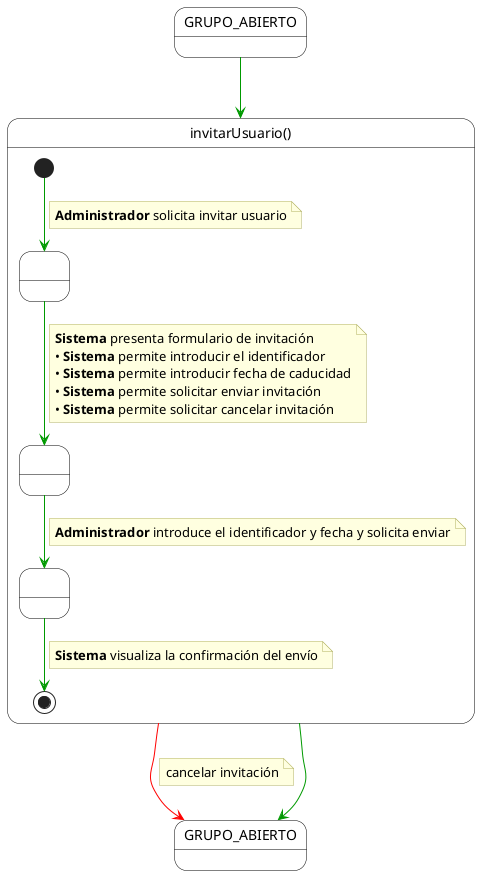
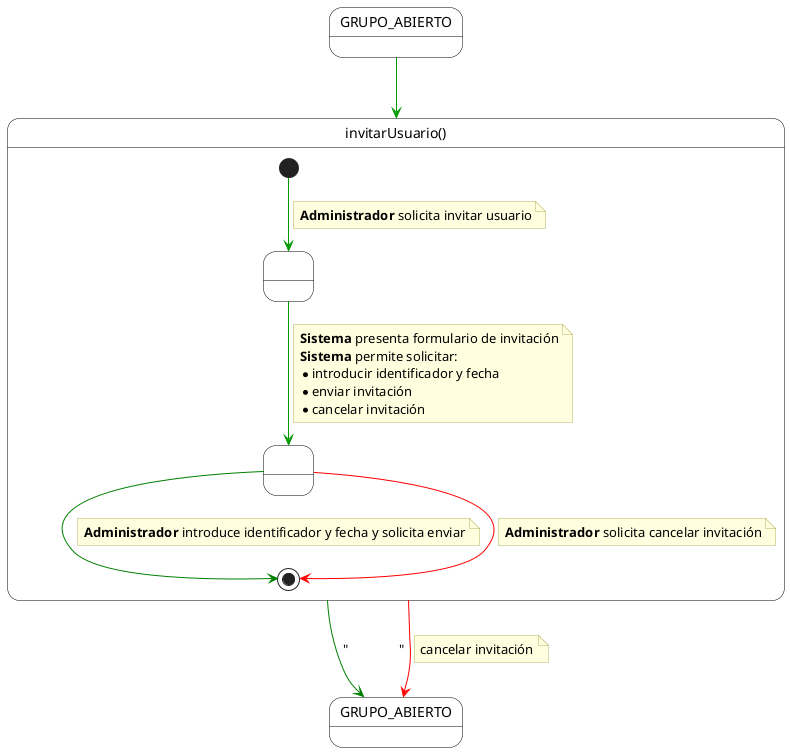
@startuml invitarUsuario
skinparam monochrome false
skinparam shadow false
top to bottom direction

skinparam state {
    BackgroundColor White
    BorderColor Black
    ArrowColor #009900
    StartColor Black
    EndColor Black
}

skinparam note {
    BackgroundColor #FFFFE0
    BorderColor #B0B060
    FontName Arial
}

state "GRUPO_ABIERTO" as Inicio

state "invitarUsuario()" as MainBlock {

-     state " " as Paso1
-     state " " as Paso2
-     state " " as Paso3
+     state " " as EstadoFormulario
+     state " " as EstadoDecision

-     [*] --> Paso1
+     [*] --> EstadoFormulario
    note on link
        **Administrador** solicita invitar usuario
    end note

-     Paso1 --> Paso2
+     EstadoFormulario --> EstadoDecision
    note on link
        **Sistema** presenta formulario de invitación
-         • **Sistema** permite introducir el identificador
-         • **Sistema** permite introducir fecha de caducidad
-         • **Sistema** permite solicitar enviar invitación
-         • **Sistema** permite solicitar cancelar invitación
+         **Sistema** permite solicitar:
+         * introducir identificador y fecha
+         * enviar invitación
+         * cancelar invitación
    end note

-     Paso2 --> Paso3
+     EstadoDecision -[#green]down-> [*]
    note on link
-         **Administrador** introduce el identificador y fecha y solicita enviar
+         **Administrador** introduce identificador y fecha y solicita enviar
    end note

-     Paso3 --> [*]
+     EstadoDecision -[#red]down-> [*]
    note on link
-         **Sistema** visualiza la confirmación del envío
+         **Administrador** solicita cancelar invitación
    end note
}

state "GRUPO_ABIERTO" as Fin

Inicio --> MainBlock

- MainBlock --> Fin
+ MainBlock -[#green]-> Fin : "               "

- MainBlock -[#red]right-> Fin
+ MainBlock -[#red]-> Fin
note on link
    cancelar invitación
end note

@enduml